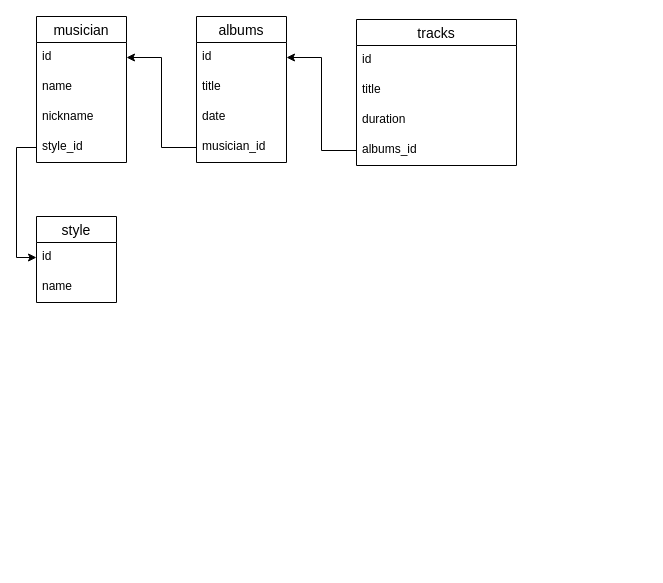
Before: Untitled Diagram.drawio in maxtv1982/py-homework-basic-files, a draw.io diagram. Source tidied: cells renumbered, new cells numbered last; positions are measured from the earlier drawing's top-left corner, leaving out a move shared by most shapes. Both pictures are drawn from the tidied source at 100%, with x=0, y=0 at pixel (36, 16).
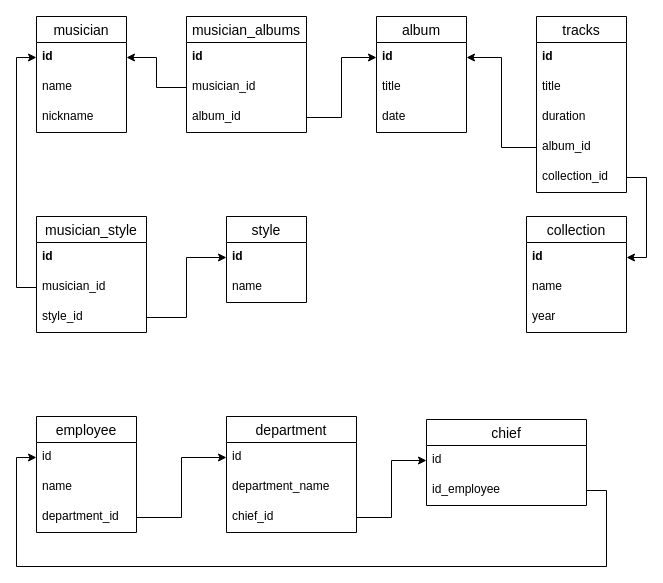
After the change.

The edit, as a diff of the source:
```diff
@@
     <mxCell id="2" value="musician" style="swimlane;fontStyle=0;horizontal=1;startSize=26;align=center;fontSize=14;" parent="1" vertex="1">
-      <mxGeometry width="90" height="146" as="geometry" />
+      <mxGeometry width="90" height="116" as="geometry" />
     </mxCell>
-    <mxCell id="3" value="id" style="text;strokeColor=none;fillColor=none;spacingLeft=4;spacingRight=4;overflow=hidden;points=[[0,0.5],[1,0.5]];portConstraint=eastwest;fontSize=12;" parent="2" vertex="1">
+    <mxCell id="3" value="id" style="text;strokeColor=none;fillColor=none;spacingLeft=4;spacingRight=4;overflow=hidden;points=[[0,0.5],[1,0.5]];portConstraint=eastwest;fontSize=12;fontStyle=1;" parent="2" vertex="1">
       <mxGeometry y="26" width="90" height="30" as="geometry" />
     </mxCell>
@@
+    <mxCell id="22" style="edgeStyle=orthogonalEdgeStyle;rounded=0;jettySize=auto;html=1;exitX=0;exitY=0.5;exitDx=0;exitDy=0;entryX=1;entryY=0.5;entryDx=0;entryDy=0;" parent="1" edge="1" source="16" target="8">
+      <mxGeometry relative="1" as="geometry" />
+    </mxCell>
+    <mxCell id="23" value="musician_style" style="swimlane;fontStyle=0;horizontal=1;startSize=26;align=center;fontSize=14;" parent="1" vertex="1">
+      <mxGeometry y="200" width="110" height="116" as="geometry" />
+    </mxCell>
+    <mxCell id="24" value="id" style="text;strokeColor=none;fillColor=none;spacingLeft=4;spacingRight=4;overflow=hidden;fontSize=12;fontStyle=1;" parent="23" vertex="1">
+      <mxGeometry y="26" width="110" height="30" as="geometry" />
+    </mxCell>
+    <mxCell id="25" value="musician_id" style="text;strokeColor=none;fillColor=none;spacingLeft=4;spacingRight=4;overflow=hidden;points=[[0,0.5],[1,0.5]];portConstraint=eastwest;fontSize=12;" parent="23" vertex="1">
+      <mxGeometry y="56" width="110" height="30" as="geometry" />
+    </mxCell>
-    <mxCell id="6" value="style_id" style="text;strokeColor=none;fillColor=none;spacingLeft=4;spacingRight=4;overflow=hidden;points=[[0,0.5],[1,0.5]];portConstraint=eastwest;fontSize=12;" parent="2" vertex="1">
-      <mxGeometry y="116" width="90" height="30" as="geometry" />
+    <mxCell id="6" value="style_id" style="text;strokeColor=none;fillColor=none;spacingLeft=4;spacingRight=4;overflow=hidden;points=[[0,0.5],[1,0.5]];portConstraint=eastwest;fontSize=12;" parent="23" vertex="1">
+      <mxGeometry y="86" width="110" height="30" as="geometry" />
     </mxCell>
+    <mxCell id="17" value="style" style="swimlane;fontStyle=0;horizontal=1;startSize=26;align=center;fontSize=14;" parent="1" vertex="1">
+      <mxGeometry x="190" y="200" width="80" height="86" as="geometry" />
+    </mxCell>
+    <mxCell id="18" value="id" style="text;strokeColor=none;fillColor=none;spacingLeft=4;spacingRight=4;overflow=hidden;points=[[0,0.5],[1,0.5]];portConstraint=eastwest;fontSize=12;fontStyle=1;" parent="17" vertex="1">
+      <mxGeometry y="26" width="80" height="30" as="geometry" />
+    </mxCell>
+    <mxCell id="19" value="name" style="text;strokeColor=none;fillColor=none;spacingLeft=4;spacingRight=4;overflow=hidden;fontSize=12;" parent="17" vertex="1">
+      <mxGeometry y="56" width="80" height="30" as="geometry" />
+    </mxCell>
+    <mxCell id="26" style="edgeStyle=orthogonalEdgeStyle;rounded=0;jettySize=auto;html=1;exitX=0;exitY=0.5;exitDx=0;exitDy=0;entryX=0;entryY=0.5;entryDx=0;entryDy=0;" parent="1" edge="1" source="25" target="3">
+      <mxGeometry relative="1" as="geometry" />
+    </mxCell>
+    <mxCell id="20" style="edgeStyle=orthogonalEdgeStyle;rounded=0;jettySize=auto;html=1;exitX=1;exitY=0.5;exitDx=0;exitDy=0;entryX=0;entryY=0.5;entryDx=0;entryDy=0;" parent="1" edge="1" source="6" target="18">
+      <mxGeometry relative="1" as="geometry" />
+    </mxCell>
-    <mxCell id="7" value="albums" style="swimlane;fontStyle=0;horizontal=1;startSize=26;align=center;fontSize=14;" parent="1" vertex="1">
-      <mxGeometry x="160" width="90" height="146" as="geometry" />
+    <mxCell id="7" value="album" style="swimlane;fontStyle=0;horizontal=1;startSize=26;align=center;fontSize=14;" parent="1" vertex="1">
+      <mxGeometry x="340" width="90" height="116" as="geometry" />
     </mxCell>
-    <mxCell id="8" value="id" style="text;strokeColor=none;fillColor=none;spacingLeft=4;spacingRight=4;overflow=hidden;points=[[0,0.5],[1,0.5]];portConstraint=eastwest;fontSize=12;" parent="7" vertex="1">
+    <mxCell id="8" value="id" style="text;strokeColor=none;fillColor=none;spacingLeft=4;spacingRight=4;overflow=hidden;points=[[0,0.5],[1,0.5]];portConstraint=eastwest;fontSize=12;fontStyle=1;" parent="7" vertex="1">
       <mxGeometry y="26" width="90" height="30" as="geometry" />
     </mxCell>
@@
-    <mxCell id="11" value="musician_id" style="text;strokeColor=none;fillColor=none;spacingLeft=4;spacingRight=4;overflow=hidden;points=[[0,0.5],[1,0.5]];portConstraint=eastwest;fontSize=12;" parent="7" vertex="1">
-      <mxGeometry y="116" width="90" height="30" as="geometry" />
-    </mxCell>
+    <mxCell id="27" value="musician_albums" style="swimlane;fontStyle=0;horizontal=1;startSize=26;align=center;fontSize=14;" parent="1" vertex="1">
+      <mxGeometry x="150" width="120" height="116" as="geometry" />
+    </mxCell>
+    <mxCell id="28" value="id" style="text;strokeColor=none;fillColor=none;spacingLeft=4;spacingRight=4;overflow=hidden;fontSize=12;fontStyle=1;" parent="27" vertex="1">
+      <mxGeometry y="26" width="120" height="30" as="geometry" />
+    </mxCell>
+    <mxCell id="29" value="musician_id" style="text;strokeColor=none;fillColor=none;spacingLeft=4;spacingRight=4;overflow=hidden;points=[[0,0.5],[1,0.5]];portConstraint=eastwest;fontSize=12;" parent="27" vertex="1">
+      <mxGeometry y="56" width="120" height="30" as="geometry" />
+    </mxCell>
+    <mxCell id="30" value="album_id" style="text;strokeColor=none;fillColor=none;spacingLeft=4;spacingRight=4;overflow=hidden;points=[[0,0.5],[1,0.5]];portConstraint=eastwest;fontSize=12;" parent="27" vertex="1">
+      <mxGeometry y="86" width="120" height="30" as="geometry" />
+    </mxCell>
+    <mxCell id="31" style="edgeStyle=orthogonalEdgeStyle;rounded=0;jettySize=auto;html=1;exitX=0;exitY=0.5;exitDx=0;exitDy=0;entryX=1;entryY=0.5;entryDx=0;entryDy=0;" parent="1" edge="1" source="29" target="3">
+      <mxGeometry relative="1" as="geometry" />
+    </mxCell>
+    <mxCell id="32" style="edgeStyle=orthogonalEdgeStyle;rounded=0;jettySize=auto;html=1;exitX=1;exitY=0.5;exitDx=0;exitDy=0;entryX=0;entryY=0.5;entryDx=0;entryDy=0;" parent="1" edge="1" source="30" target="8">
+      <mxGeometry relative="1" as="geometry" />
+    </mxCell>
     <mxCell id="12" value="tracks" style="swimlane;fontStyle=0;horizontal=1;startSize=26;align=center;fontSize=14;" parent="1" vertex="1">
-      <mxGeometry x="320" y="3" width="160" height="146" as="geometry" />
+      <mxGeometry x="500" width="90" height="176" as="geometry" />
     </mxCell>
-    <mxCell id="13" value="id" style="text;strokeColor=none;fillColor=none;spacingLeft=4;spacingRight=4;overflow=hidden;fontSize=12;" parent="12" vertex="1">
-      <mxGeometry y="26" width="160" height="30" as="geometry" />
+    <mxCell id="13" value="id" style="text;strokeColor=none;fillColor=none;spacingLeft=4;spacingRight=4;overflow=hidden;fontSize=12;fontStyle=1;" parent="12" vertex="1">
+      <mxGeometry y="26" width="90" height="30" as="geometry" />
     </mxCell>
     <mxCell id="14" value="title" style="text;strokeColor=none;fillColor=none;spacingLeft=4;spacingRight=4;overflow=hidden;fontSize=12;" parent="12" vertex="1">
-      <mxGeometry y="56" width="160" height="30" as="geometry" />
+      <mxGeometry y="56" width="90" height="30" as="geometry" />
     </mxCell>
     <mxCell id="15" value="duration" style="text;strokeColor=none;fillColor=none;spacingLeft=4;spacingRight=4;overflow=hidden;fontSize=12;" parent="12" vertex="1">
-      <mxGeometry y="86" width="160" height="30" as="geometry" />
+      <mxGeometry y="86" width="90" height="30" as="geometry" />
     </mxCell>
-    <mxCell id="16" value="albums_id" style="text;strokeColor=none;fillColor=none;spacingLeft=4;spacingRight=4;overflow=hidden;points=[[0,0.5],[1,0.5]];portConstraint=eastwest;fontSize=12;" parent="12" vertex="1">
-      <mxGeometry y="116" width="160" height="30" as="geometry" />
+    <mxCell id="16" value="album_id" style="text;strokeColor=none;fillColor=none;spacingLeft=4;spacingRight=4;overflow=hidden;points=[[0,0.5],[1,0.5]];portConstraint=eastwest;fontSize=12;" parent="12" vertex="1">
+      <mxGeometry y="116" width="90" height="30" as="geometry" />
     </mxCell>
-    <mxCell id="17" value="style" style="swimlane;fontStyle=0;horizontal=1;startSize=26;align=center;fontSize=14;" parent="1" vertex="1">
-      <mxGeometry y="200" width="80" height="86" as="geometry" />
-    </mxCell>
-    <mxCell id="18" value="id" style="text;strokeColor=none;fillColor=none;spacingLeft=4;spacingRight=4;overflow=hidden;points=[[0,0.5],[1,0.5]];portConstraint=eastwest;fontSize=12;" parent="17" vertex="1">
-      <mxGeometry y="26" width="80" height="30" as="geometry" />
-    </mxCell>
-    <mxCell id="19" value="name" style="text;strokeColor=none;fillColor=none;spacingLeft=4;spacingRight=4;overflow=hidden;fontSize=12;" parent="17" vertex="1">
-      <mxGeometry y="56" width="80" height="30" as="geometry" />
-    </mxCell>
-    <mxCell id="20" style="edgeStyle=orthogonalEdgeStyle;rounded=0;jettySize=auto;html=1;entryX=0;entryY=0.5;entryDx=0;entryDy=0;" parent="1" edge="1" source="6" target="18">
-      <mxGeometry relative="1" as="geometry" />
-    </mxCell>
-    <mxCell id="21" style="edgeStyle=orthogonalEdgeStyle;rounded=0;jettySize=auto;html=1;entryX=1;entryY=0.5;entryDx=0;entryDy=0;" parent="1" edge="1" source="11" target="3">
-      <mxGeometry relative="1" as="geometry" />
-    </mxCell>
-    <mxCell id="22" style="edgeStyle=orthogonalEdgeStyle;rounded=0;jettySize=auto;html=1;exitX=0;exitY=0.5;exitDx=0;exitDy=0;entryX=1;entryY=0.5;entryDx=0;entryDy=0;" parent="1" edge="1" source="16" target="8">
-      <mxGeometry relative="1" as="geometry" />
-    </mxCell>
+    <mxCell id="33" value="collection_id" style="text;strokeColor=none;fillColor=none;spacingLeft=4;spacingRight=4;overflow=hidden;points=[[0,0.5],[1,0.5]];portConstraint=eastwest;fontSize=12;" parent="12" vertex="1">
+      <mxGeometry y="146" width="90" height="30" as="geometry" />
+    </mxCell>
+    <mxCell id="34" value="collection" style="swimlane;fontStyle=0;horizontal=1;startSize=26;align=center;fontSize=14;" parent="1" vertex="1">
+      <mxGeometry x="490" y="200" width="100" height="116" as="geometry" />
+    </mxCell>
+    <mxCell id="35" value="id" style="text;strokeColor=none;fillColor=none;spacingLeft=4;spacingRight=4;overflow=hidden;points=[[0,0.5],[1,0.5]];portConstraint=eastwest;fontSize=12;fontStyle=1;" parent="34" vertex="1">
+      <mxGeometry y="26" width="100" height="30" as="geometry" />
+    </mxCell>
+    <mxCell id="36" value="name" style="text;strokeColor=none;fillColor=none;spacingLeft=4;spacingRight=4;overflow=hidden;fontSize=12;" parent="34" vertex="1">
+      <mxGeometry y="56" width="100" height="30" as="geometry" />
+    </mxCell>
+    <mxCell id="37" value="year" style="text;strokeColor=none;fillColor=none;spacingLeft=4;spacingRight=4;overflow=hidden;fontSize=12;" parent="34" vertex="1">
+      <mxGeometry y="86" width="100" height="30" as="geometry" />
+    </mxCell>
+    <mxCell id="38" style="edgeStyle=orthogonalEdgeStyle;rounded=0;jettySize=auto;html=1;exitX=1;exitY=0.5;exitDx=0;exitDy=0;entryX=1;entryY=0.5;entryDx=0;entryDy=0;" parent="1" edge="1" source="33" target="35">
+      <mxGeometry relative="1" as="geometry" />
+    </mxCell>
+    <mxCell id="39" value="employee" style="swimlane;fontStyle=0;horizontal=1;startSize=26;align=center;fontSize=14;" parent="1" vertex="1">
+      <mxGeometry y="400" width="100" height="116" as="geometry" />
+    </mxCell>
+    <mxCell id="40" value="id" style="text;strokeColor=none;fillColor=none;spacingLeft=4;spacingRight=4;overflow=hidden;points=[[0,0.5],[1,0.5]];portConstraint=eastwest;fontSize=12;" parent="39" vertex="1">
+      <mxGeometry y="26" width="100" height="30" as="geometry" />
+    </mxCell>
+    <mxCell id="41" value="name" style="text;strokeColor=none;fillColor=none;spacingLeft=4;spacingRight=4;overflow=hidden;fontSize=12;" parent="39" vertex="1">
+      <mxGeometry y="56" width="100" height="30" as="geometry" />
+    </mxCell>
+    <mxCell id="42" value="department_id" style="text;strokeColor=none;fillColor=none;spacingLeft=4;spacingRight=4;overflow=hidden;points=[[0,0.5],[1,0.5]];portConstraint=eastwest;fontSize=12;" parent="39" vertex="1">
+      <mxGeometry y="86" width="100" height="30" as="geometry" />
+    </mxCell>
+    <mxCell id="43" value="department" style="swimlane;fontStyle=0;horizontal=1;startSize=26;align=center;fontSize=14;" parent="1" vertex="1">
+      <mxGeometry x="190" y="400" width="130" height="116" as="geometry" />
+    </mxCell>
+    <mxCell id="44" value="id" style="text;strokeColor=none;fillColor=none;spacingLeft=4;spacingRight=4;overflow=hidden;points=[[0,0.5],[1,0.5]];portConstraint=eastwest;fontSize=12;" parent="43" vertex="1">
+      <mxGeometry y="26" width="130" height="30" as="geometry" />
+    </mxCell>
+    <mxCell id="45" value="department_name" style="text;strokeColor=none;fillColor=none;spacingLeft=4;spacingRight=4;overflow=hidden;fontSize=12;" parent="43" vertex="1">
+      <mxGeometry y="56" width="130" height="30" as="geometry" />
+    </mxCell>
+    <mxCell id="46" value="chief_id" style="text;strokeColor=none;fillColor=none;spacingLeft=4;spacingRight=4;overflow=hidden;points=[[0,0.5],[1,0.5]];portConstraint=eastwest;fontSize=12;" parent="43" vertex="1">
+      <mxGeometry y="86" width="130" height="30" as="geometry" />
+    </mxCell>
+    <mxCell id="47" value="chief" style="swimlane;fontStyle=0;horizontal=1;startSize=26;align=center;fontSize=14;" parent="1" vertex="1">
+      <mxGeometry x="390" y="403" width="160" height="86" as="geometry" />
+    </mxCell>
+    <mxCell id="48" value="id" style="text;strokeColor=none;fillColor=none;spacingLeft=4;spacingRight=4;overflow=hidden;points=[[0,0.5],[1,0.5]];portConstraint=eastwest;fontSize=12;" parent="47" vertex="1">
+      <mxGeometry y="26" width="160" height="30" as="geometry" />
+    </mxCell>
+    <mxCell id="49" value="id_employee" style="text;strokeColor=none;fillColor=none;spacingLeft=4;spacingRight=4;overflow=hidden;points=[[0,0.5],[1,0.5]];portConstraint=eastwest;fontSize=12;" parent="47" vertex="1">
+      <mxGeometry y="56" width="160" height="30" as="geometry" />
+    </mxCell>
+    <mxCell id="50" style="edgeStyle=orthogonalEdgeStyle;rounded=0;jettySize=auto;html=1;exitX=1;exitY=0.5;exitDx=0;exitDy=0;entryX=0;entryY=0.5;entryDx=0;entryDy=0;" parent="1" edge="1" source="42" target="44">
+      <mxGeometry relative="1" as="geometry" />
+    </mxCell>
+    <mxCell id="51" style="edgeStyle=orthogonalEdgeStyle;rounded=0;jettySize=auto;html=1;exitX=1;exitY=0.5;exitDx=0;exitDy=0;entryX=0;entryY=0.5;entryDx=0;entryDy=0;" parent="1" edge="1" source="46" target="48">
+      <mxGeometry relative="1" as="geometry" />
+    </mxCell>
+    <mxCell id="52" style="edgeStyle=orthogonalEdgeStyle;rounded=0;jettySize=auto;html=1;exitX=1;exitY=0.5;exitDx=0;exitDy=0;entryX=0;entryY=0.5;entryDx=0;entryDy=0;" parent="1" edge="1" source="49" target="40">
+      <mxGeometry relative="1" as="geometry">
+        <Array as="points">
+          <mxPoint x="570" y="474" />
+          <mxPoint x="570" y="550" />
+          <mxPoint x="-20" y="550" />
+          <mxPoint x="-20" y="441" />
+        </Array>
+      </mxGeometry>
+    </mxCell>
```
